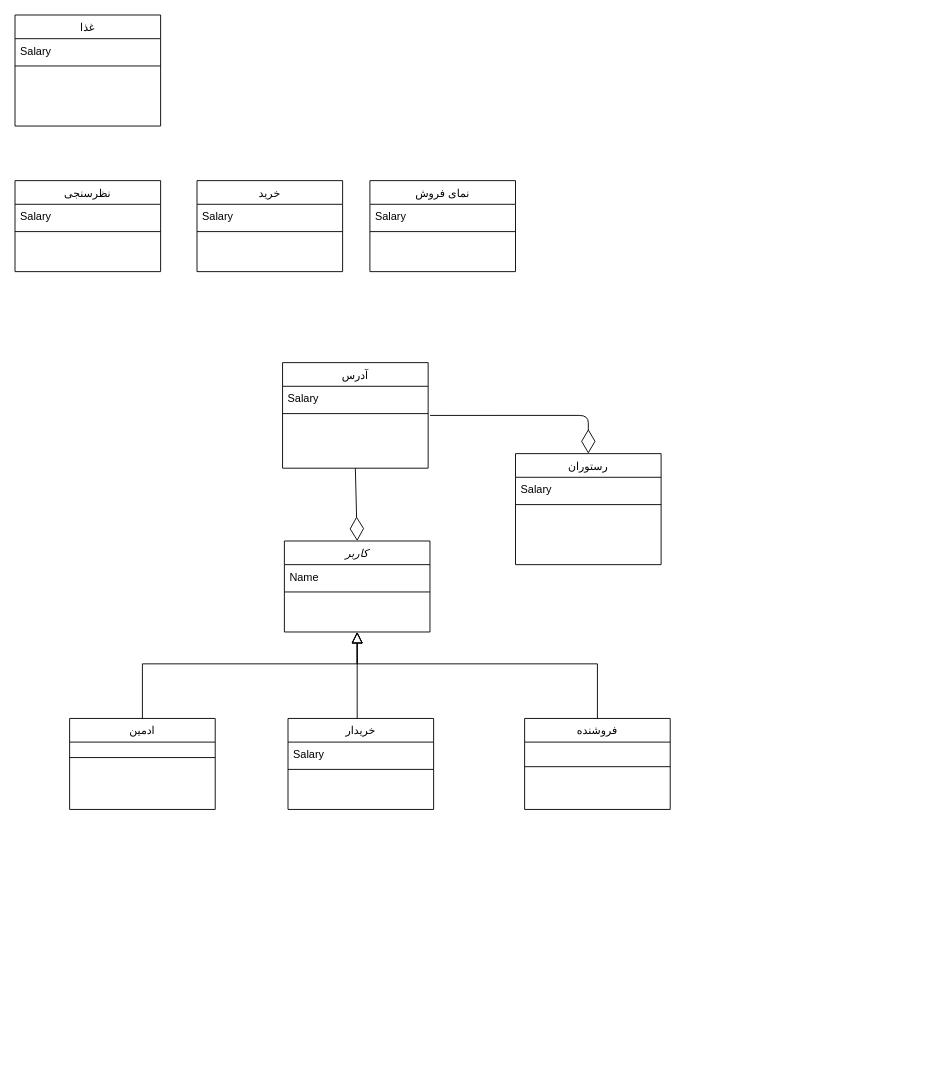
Earlier version of the draw.io diagram Untitled Diagram.drawio (khoramian/TahDig_SoftwareEngineering). Source tidied: cells renumbered, new cells numbered last; positions are measured from the earlier drawing's top-left corner, leaving out a move shared by most shapes. Both pictures are drawn from the tidied source at 91%, with x=0, y=0 at pixel (15, 15).
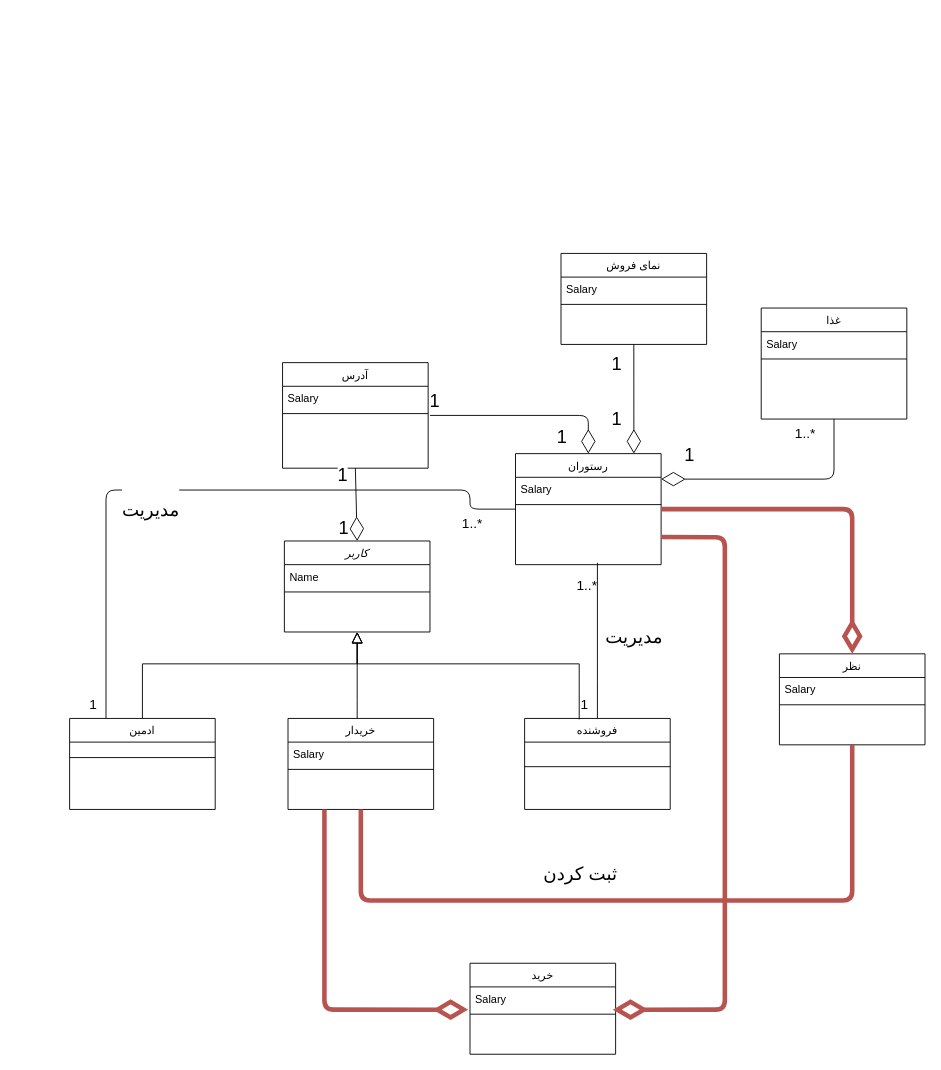
After the change.

Unchanged cells that the change refers to:
```xml
<mxCell id="2" value="فروشنده" style="swimlane;fontStyle=0;align=center;verticalAlign=top;horizontal=1;startSize=26;rounded=0;shadow=0;strokeWidth=1;" parent="1" vertex="1">
  <mxGeometry x="560" y="773" width="160" height="100" as="geometry" />
</mxCell>
<mxCell id="4" value="خریدار" style="swimlane;fontStyle=0;align=center;verticalAlign=top;horizontal=1;startSize=26;rounded=0;shadow=0;strokeWidth=1;" parent="1" vertex="1">
  <mxGeometry x="300" y="773" width="160" height="100" as="geometry" />
</mxCell>
<mxCell id="7" value="ادمین&#10;" style="swimlane;fontStyle=0;align=center;verticalAlign=top;horizontal=1;startSize=26;rounded=0;shadow=0;strokeWidth=1;" parent="1" vertex="1">
  <mxGeometry x="60" y="773" width="160" height="100" as="geometry" />
</mxCell>
<mxCell id="10" value="Salary" style="text;align=left;verticalAlign=top;spacingLeft=4;spacingRight=4;overflow=hidden;points=[[0,0.5],[1,0.5]];portConstraint=eastwest;" parent="9" vertex="1">
  <mxGeometry y="26" width="160" height="26" as="geometry" />
</mxCell>
<mxCell id="24" value="کاربر" style="swimlane;fontStyle=2;align=center;verticalAlign=top;horizontal=1;startSize=26;rounded=0;shadow=0;strokeWidth=1;" parent="1" vertex="1">
  <mxGeometry x="296" y="578" width="160" height="100" as="geometry" />
</mxCell>
<mxCell id="30" value="رستوران" style="swimlane;fontStyle=0;align=center;verticalAlign=top;horizontal=1;startSize=26;rounded=0;shadow=0;strokeWidth=1;" parent="1" vertex="1">
  <mxGeometry x="550" y="482" width="160" height="122" as="geometry" />
</mxCell>
<mxCell id="31" value="Salary" style="text;align=left;verticalAlign=top;spacingLeft=4;spacingRight=4;overflow=hidden;points=[[0,0.5],[1,0.5]];portConstraint=eastwest;" parent="30" vertex="1">
  <mxGeometry y="26" width="160" height="26" as="geometry" />
</mxCell>
```

The edit, as a diff of the source:
```diff
@@
     <mxCell id="9" value="خرید" style="swimlane;fontStyle=0;align=center;verticalAlign=top;horizontal=1;startSize=26;rounded=0;shadow=0;strokeWidth=1;" parent="1" vertex="1">
-      <mxGeometry x="200" y="182" width="160" height="100" as="geometry" />
+      <mxGeometry x="500" y="1042" width="160" height="100" as="geometry" />
     </mxCell>
@@
-    <mxCell id="12" value="نظرسنجی" style="swimlane;fontStyle=0;align=center;verticalAlign=top;horizontal=1;startSize=26;rounded=0;shadow=0;strokeWidth=1;" parent="1" vertex="1">
-      <mxGeometry y="182" width="160" height="100" as="geometry" />
+    <mxCell id="12" value="نظر" style="swimlane;fontStyle=0;align=center;verticalAlign=top;horizontal=1;startSize=26;rounded=0;shadow=0;strokeWidth=1;" parent="1" vertex="1">
+      <mxGeometry x="840" y="702" width="160" height="100" as="geometry" />
     </mxCell>
@@
     <mxCell id="18" value="غذا" style="swimlane;fontStyle=0;align=center;verticalAlign=top;horizontal=1;startSize=26;rounded=0;shadow=0;strokeWidth=1;" parent="1" vertex="1">
-      <mxGeometry width="160" height="122" as="geometry" />
+      <mxGeometry x="820" y="322" width="160" height="122" as="geometry" />
     </mxCell>
@@
     <mxCell id="21" value="نمای فروش" style="swimlane;fontStyle=0;align=center;verticalAlign=top;horizontal=1;startSize=26;rounded=0;shadow=0;strokeWidth=1;" parent="1" vertex="1">
-      <mxGeometry x="390" y="182" width="160" height="100" as="geometry" />
+      <mxGeometry x="600" y="262" width="160" height="100" as="geometry" />
     </mxCell>
@@
-    <mxCell id="27" style="endArrow=block;endSize=10;endFill=0;shadow=0;strokeWidth=1;rounded=0;edgeStyle=elbowEdgeStyle;elbow=vertical;exitX=0.5;exitY=0;exitDx=0;exitDy=0;entryX=0.5;entryY=1;entryDx=0;entryDy=0;" parent="1" edge="1" source="2" target="24">
+    <mxCell id="27" style="endArrow=block;endSize=10;endFill=0;shadow=0;strokeWidth=1;rounded=0;edgeStyle=elbowEdgeStyle;elbow=vertical;exitX=0.375;exitY=0.01;exitDx=0;exitDy=0;entryX=0.5;entryY=1;entryDx=0;entryDy=0;exitPerimeter=0;" parent="1" edge="1" source="2" target="24">
       <mxGeometry relative="1" as="geometry">
         <Array as="points">
           <mxPoint x="496" y="713" />
           <mxPoint x="376" y="733" />
         </Array>
       </mxGeometry>
     </mxCell>
@@
+    <mxCell id="35" value="&lt;font style=&quot;font-size: 20px&quot;&gt;مدیریت&lt;/font&gt;" style="verticalAlign=bottom;html=1;endArrow=none;edgeStyle=orthogonalEdgeStyle;fontSize=36;exitX=0.5;exitY=0;exitDx=0;exitDy=0;" parent="1" edge="1" source="2">
+      <mxGeometry x="-0.17" y="-40" relative="1" as="geometry">
+        <mxPoint x="640" y="602" as="targetPoint" />
+        <Array as="points">
+          <mxPoint x="640" y="722" />
+          <mxPoint x="640" y="722" />
+        </Array>
+      </mxGeometry>
+    </mxCell>
+    <mxCell id="36" value="&lt;font style=&quot;font-size: 15px&quot;&gt;1&lt;/font&gt;" style="html=1;align=left;verticalAlign=top;labelBackgroundColor=none;fontSize=10;" parent="35" vertex="1">
+      <mxGeometry x="-1" relative="1" as="geometry">
+        <mxPoint x="-20" y="-31" as="offset" />
+      </mxGeometry>
+    </mxCell>
+    <mxCell id="37" value="&lt;font style=&quot;font-size: 15px&quot;&gt;&amp;nbsp;1..*&lt;/font&gt;" style="html=1;align=right;verticalAlign=top;labelBackgroundColor=none;fontSize=10;" parent="35" vertex="1">
+      <mxGeometry x="0.9" relative="1" as="geometry" />
+    </mxCell>
+    <mxCell id="38" style="endArrow=diamondThin;endFill=0;endSize=24;html=1;fontSize=36;exitX=0.5;exitY=1;exitDx=0;exitDy=0;entryX=0.813;entryY=0;entryDx=0;entryDy=0;entryPerimeter=0;" parent="1" edge="1" source="21" target="30">
+      <mxGeometry relative="1" as="geometry" />
+    </mxCell>
+    <mxCell id="39" value="1" style="edgeLabel;html=1;align=center;verticalAlign=middle;fontSize=20;" parent="38" vertex="1">
+      <mxGeometry x="-0.77" y="-1" relative="1" as="geometry">
+        <mxPoint x="-19" y="6" as="offset" />
+      </mxGeometry>
+    </mxCell>
+    <mxCell id="40" style="endArrow=diamondThin;endFill=0;endSize=24;html=1;fontSize=36;exitX=1;exitY=0.5;exitDx=0;exitDy=0;entryX=0.5;entryY=0;entryDx=0;entryDy=0;fillColor=#f8cecc;strokeColor=#b85450;strokeWidth=5;" parent="1" edge="1" source="30" target="12">
+      <mxGeometry relative="1" as="geometry">
+        <Array as="points">
+          <mxPoint x="920" y="543" />
+        </Array>
+      </mxGeometry>
+    </mxCell>
+    <mxCell id="41" value="&lt;font style=&quot;font-size: 20px&quot;&gt;&lt;font style=&quot;font-size: 20px&quot;&gt;ثبت کردن&lt;/font&gt;&lt;br&gt;&lt;/font&gt;" style="verticalAlign=bottom;html=1;endArrow=none;edgeStyle=orthogonalEdgeStyle;fontSize=36;exitX=0.5;exitY=1;exitDx=0;exitDy=0;entryX=0.5;entryY=1;entryDx=0;entryDy=0;fillColor=#f8cecc;strokeColor=#b85450;strokeWidth=5;" parent="1" edge="1" source="4" target="12">
+      <mxGeometry x="-0.16" y="11" relative="1" as="geometry">
+        <Array as="points">
+          <mxPoint x="380" y="973" />
+          <mxPoint x="920" y="973" />
+        </Array>
+      </mxGeometry>
+    </mxCell>
+    <mxCell id="42" style="endArrow=diamondThin;endFill=0;endSize=24;html=1;fontSize=36;exitX=0.5;exitY=1;exitDx=0;exitDy=0;entryX=1;entryY=0.077;entryDx=0;entryDy=0;entryPerimeter=0;" parent="1" edge="1" source="18" target="31">
+      <mxGeometry relative="1" as="geometry">
+        <Array as="points">
+          <mxPoint x="900" y="510" />
+        </Array>
+      </mxGeometry>
+    </mxCell>
+    <mxCell id="43" style="endArrow=diamondThin;endFill=0;endSize=24;html=1;fontSize=36;exitX=0.25;exitY=1;exitDx=0;exitDy=0;entryX=-0.012;entryY=0.962;entryDx=0;entryDy=0;entryPerimeter=0;fillColor=#f8cecc;strokeColor=#b85450;strokeWidth=5;" parent="1" edge="1" source="4" target="10">
+      <mxGeometry relative="1" as="geometry">
+        <Array as="points">
+          <mxPoint x="340" y="1093" />
+        </Array>
+      </mxGeometry>
+    </mxCell>
+    <mxCell id="44" style="endArrow=diamondThin;endFill=0;endSize=24;html=1;fontSize=36;exitX=1;exitY=0.75;exitDx=0;exitDy=0;entryX=0.981;entryY=0.962;entryDx=0;entryDy=0;entryPerimeter=0;fillColor=#f8cecc;strokeColor=#b85450;strokeWidth=5;" parent="1" edge="1" source="30" target="10">
+      <mxGeometry relative="1" as="geometry">
+        <Array as="points">
+          <mxPoint x="780" y="574" />
+          <mxPoint x="780" y="1093" />
+        </Array>
+      </mxGeometry>
+    </mxCell>
+    <mxCell id="45" value="1" style="edgeLabel;html=1;align=center;verticalAlign=middle;fontSize=20;" parent="1" vertex="1">
+      <mxGeometry x="740" y="482" as="geometry">
+        <mxPoint x="-381" y="22" as="offset" />
+      </mxGeometry>
+    </mxCell>
+    <mxCell id="46" value="1" style="edgeLabel;html=1;align=center;verticalAlign=middle;fontSize=20;" parent="1" vertex="1">
+      <mxGeometry x="660" y="442" as="geometry" />
+    </mxCell>
+    <mxCell id="47" value="1" style="edgeLabel;html=1;align=center;verticalAlign=middle;fontSize=20;" parent="1" vertex="1">
+      <mxGeometry x="360" y="562" as="geometry" />
+    </mxCell>
+    <mxCell id="48" value="1" style="edgeLabel;html=1;align=center;verticalAlign=middle;fontSize=20;" parent="1" vertex="1">
+      <mxGeometry x="460" y="422" as="geometry" />
+    </mxCell>
+    <mxCell id="49" value="1" style="edgeLabel;html=1;align=center;verticalAlign=middle;fontSize=20;" parent="1" vertex="1">
+      <mxGeometry x="600" y="462" as="geometry" />
+    </mxCell>
+    <mxCell id="50" value="1" style="edgeLabel;html=1;align=center;verticalAlign=middle;fontSize=20;" parent="1" vertex="1">
+      <mxGeometry x="740" y="482" as="geometry" />
+    </mxCell>
+    <mxCell id="51" value="&lt;font style=&quot;font-size: 15px&quot;&gt;&amp;nbsp;1..*&lt;/font&gt;" style="html=1;align=right;verticalAlign=top;labelBackgroundColor=none;fontSize=10;" parent="1" vertex="1">
+      <mxGeometry x="880" y="444" as="geometry" />
+    </mxCell>
+    <mxCell id="52" value="&lt;font style=&quot;font-size: 20px&quot;&gt;مدیریت&lt;/font&gt;" style="verticalAlign=bottom;html=1;endArrow=none;edgeStyle=orthogonalEdgeStyle;fontSize=36;exitX=0.25;exitY=0;exitDx=0;exitDy=0;entryX=0;entryY=0.5;entryDx=0;entryDy=0;" parent="1" edge="1" source="7" target="30">
+      <mxGeometry x="-0.17" y="-40" relative="1" as="geometry">
+        <Array as="points">
+          <mxPoint x="100" y="522" />
+          <mxPoint x="500" y="522" />
+          <mxPoint x="500" y="543" />
+        </Array>
+      </mxGeometry>
+    </mxCell>
+    <mxCell id="53" value="&lt;font style=&quot;font-size: 15px&quot;&gt;1&lt;/font&gt;" style="html=1;align=left;verticalAlign=top;labelBackgroundColor=none;fontSize=10;" parent="52" vertex="1">
+      <mxGeometry x="-1" relative="1" as="geometry">
+        <mxPoint x="-20" y="-31" as="offset" />
+      </mxGeometry>
+    </mxCell>
+    <mxCell id="54" value="&lt;font style=&quot;font-size: 15px&quot;&gt;&amp;nbsp;1..*&lt;/font&gt;" style="html=1;align=right;verticalAlign=top;labelBackgroundColor=none;fontSize=10;" parent="52" vertex="1">
+      <mxGeometry x="0.9" relative="1" as="geometry" />
+    </mxCell>
```
